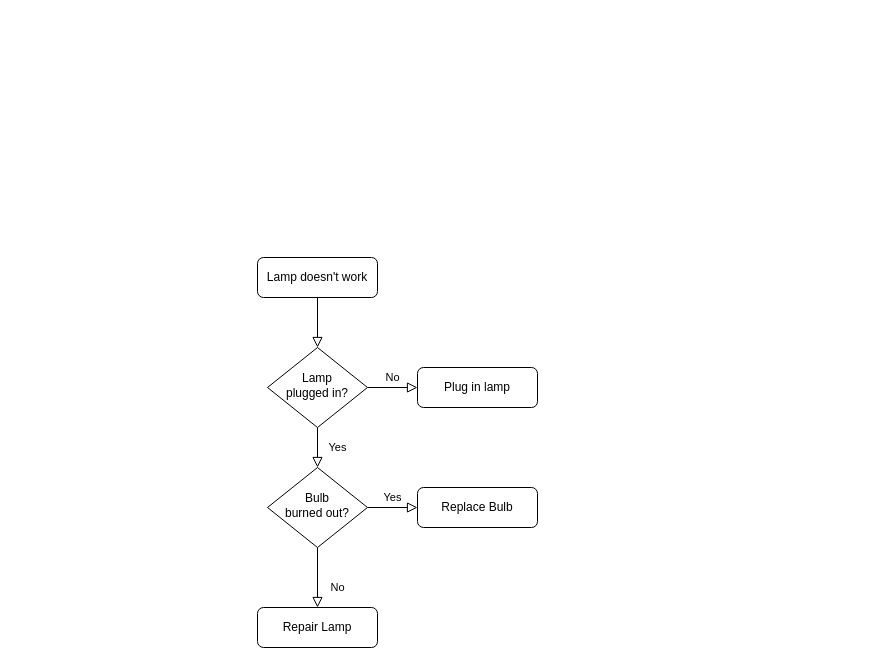
Before: Assignment1.drawio in leleviola/rt1, a draw.io diagram. Source tidied: cells renumbered, new cells numbered last; positions are measured from the earlier drawing's top-left corner, leaving out a move shared by most shapes. Both pictures are drawn from the tidied source at 100%, with x=0, y=0 at pixel (257, 257).
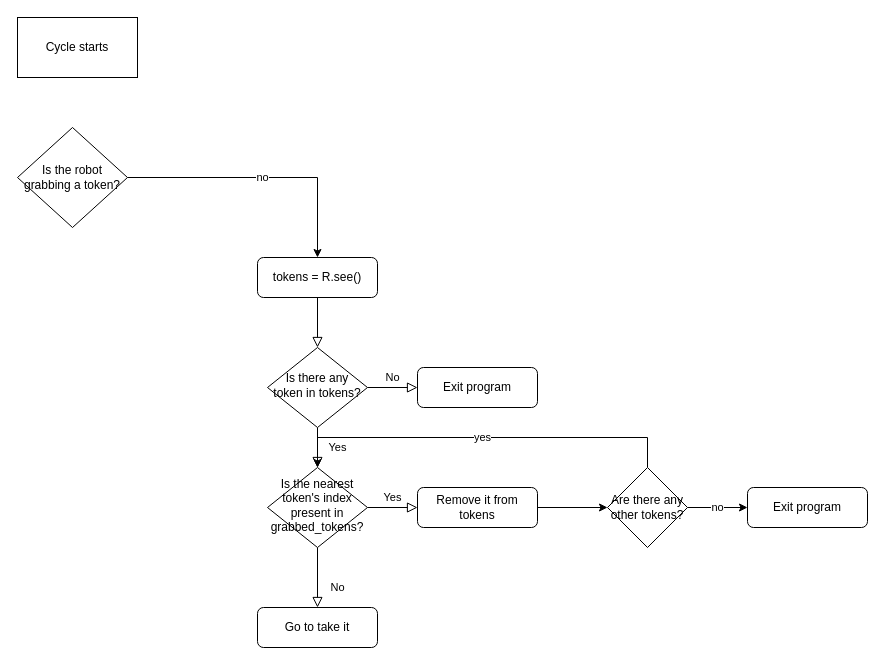
After the change.

Change to the diagram source:
```diff
@@
-    <mxCell id="3" value="Lamp doesn't work" style="rounded=1;whiteSpace=wrap;html=1;fontSize=12;glass=0;strokeWidth=1;shadow=0;" parent="1" vertex="1">
+    <mxCell id="3" value="tokens = R.see()" style="rounded=1;whiteSpace=wrap;html=1;fontSize=12;glass=0;strokeWidth=1;shadow=0;" parent="1" vertex="1">
       <mxGeometry width="120" height="40" as="geometry" />
     </mxCell>
@@
-    <mxCell id="6" value="Lamp&lt;br&gt;plugged in?" style="rhombus;whiteSpace=wrap;html=1;shadow=0;fontFamily=Helvetica;fontSize=12;align=center;strokeWidth=1;spacing=6;spacingTop=-4;" parent="1" vertex="1">
+    <mxCell id="6" value="Is there any token in tokens?" style="rhombus;whiteSpace=wrap;html=1;shadow=0;fontFamily=Helvetica;fontSize=12;align=center;strokeWidth=1;spacing=6;spacingTop=-4;" parent="1" vertex="1">
       <mxGeometry x="10" y="90" width="100" height="80" as="geometry" />
     </mxCell>
-    <mxCell id="7" value="Plug in lamp" style="rounded=1;whiteSpace=wrap;html=1;fontSize=12;glass=0;strokeWidth=1;shadow=0;" parent="1" vertex="1">
+    <mxCell id="7" value="Exit program" style="rounded=1;whiteSpace=wrap;html=1;fontSize=12;glass=0;strokeWidth=1;shadow=0;" parent="1" vertex="1">
       <mxGeometry x="160" y="110" width="120" height="40" as="geometry" />
     </mxCell>
@@
-    <mxCell id="10" value="Bulb&lt;br&gt;burned out?" style="rhombus;whiteSpace=wrap;html=1;shadow=0;fontFamily=Helvetica;fontSize=12;align=center;strokeWidth=1;spacing=6;spacingTop=-4;" parent="1" vertex="1">
+    <mxCell id="10" value="Is the nearest token's index present in grabbed_tokens?" style="rhombus;whiteSpace=wrap;html=1;shadow=0;fontFamily=Helvetica;fontSize=12;align=center;strokeWidth=1;spacing=6;spacingTop=-4;" parent="1" vertex="1">
       <mxGeometry x="10" y="210" width="100" height="80" as="geometry" />
     </mxCell>
-    <mxCell id="11" value="Repair Lamp" style="rounded=1;whiteSpace=wrap;html=1;fontSize=12;glass=0;strokeWidth=1;shadow=0;" parent="1" vertex="1">
+    <mxCell id="11" value="Go to take it" style="rounded=1;whiteSpace=wrap;html=1;fontSize=12;glass=0;strokeWidth=1;shadow=0;" parent="1" vertex="1">
       <mxGeometry y="350" width="120" height="40" as="geometry" />
     </mxCell>
+    <mxCell id="13" style="edgeStyle=orthogonalEdgeStyle;rounded=0;jettySize=auto;html=1;" parent="1" edge="1" source="12" target="19">
+      <mxGeometry relative="1" as="geometry" />
+    </mxCell>
-    <mxCell id="12" value="Replace Bulb" style="rounded=1;whiteSpace=wrap;html=1;fontSize=12;glass=0;strokeWidth=1;shadow=0;" parent="1" vertex="1">
+    <mxCell id="12" value="Remove it from tokens" style="rounded=1;whiteSpace=wrap;html=1;fontSize=12;glass=0;strokeWidth=1;shadow=0;" parent="1" vertex="1">
       <mxGeometry x="160" y="230" width="120" height="40" as="geometry" />
     </mxCell>
+    <mxCell id="14" value="Cycle starts" style="rounded=0;whiteSpace=wrap;html=1;" parent="1" vertex="1">
+      <mxGeometry x="-240" y="-240" width="120" height="60" as="geometry" />
+    </mxCell>
+    <mxCell id="15" value="Is the robot grabbing a token?" style="rhombus;whiteSpace=wrap;html=1;" parent="1" vertex="1">
+      <mxGeometry x="-240" y="-130" width="110" height="100" as="geometry" />
+    </mxCell>
+    <mxCell id="16" value="no" style="endArrow=classic;html=1;rounded=0;entryX=0.5;entryY=0;entryDx=0;entryDy=0;" parent="1" edge="1" source="15" target="3">
+      <mxGeometry relative="1" as="geometry">
+        <Array as="points">
+          <mxPoint x="60" y="-80" />
+        </Array>
+      </mxGeometry>
+    </mxCell>
+    <mxCell id="17" value="yes" style="edgeStyle=orthogonalEdgeStyle;rounded=0;jettySize=auto;html=1;" parent="1" edge="1" source="19">
+      <mxGeometry relative="1" as="geometry">
+        <mxPoint x="60" y="210" as="targetPoint" />
+        <Array as="points">
+          <mxPoint x="390" y="180" />
+          <mxPoint x="60" y="180" />
+        </Array>
+      </mxGeometry>
+    </mxCell>
+    <mxCell id="18" value="no" style="edgeStyle=orthogonalEdgeStyle;rounded=0;jettySize=auto;html=1;" parent="1" edge="1" source="19" target="20">
+      <mxGeometry relative="1" as="geometry" />
+    </mxCell>
+    <mxCell id="19" value="Are there any other tokens?" style="rhombus;whiteSpace=wrap;html=1;" parent="1" vertex="1">
+      <mxGeometry x="350" y="210" width="80" height="80" as="geometry" />
+    </mxCell>
+    <mxCell id="20" value="Exit program" style="rounded=1;whiteSpace=wrap;html=1;" parent="1" vertex="1">
+      <mxGeometry x="490" y="230" width="120" height="40" as="geometry" />
+    </mxCell>
```
